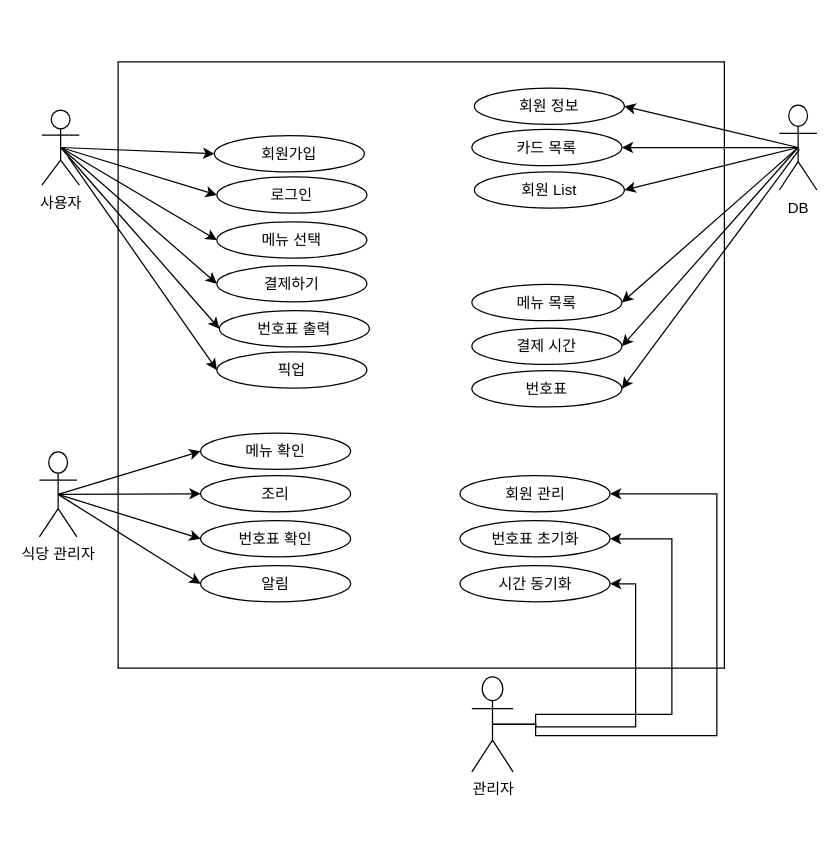
This is Student-cafeteria.drawio from four-idiots-team/student-cafteria-ticket-vending, a draw.io file, before an edit. Source tidied: cells renumbered, new cells numbered last; positions are measured from the earlier drawing's top-left corner, leaving out a move shared by most shapes. Both pictures are drawn from the tidied source at 125%, with x=0, y=0 at pixel (39, 61).
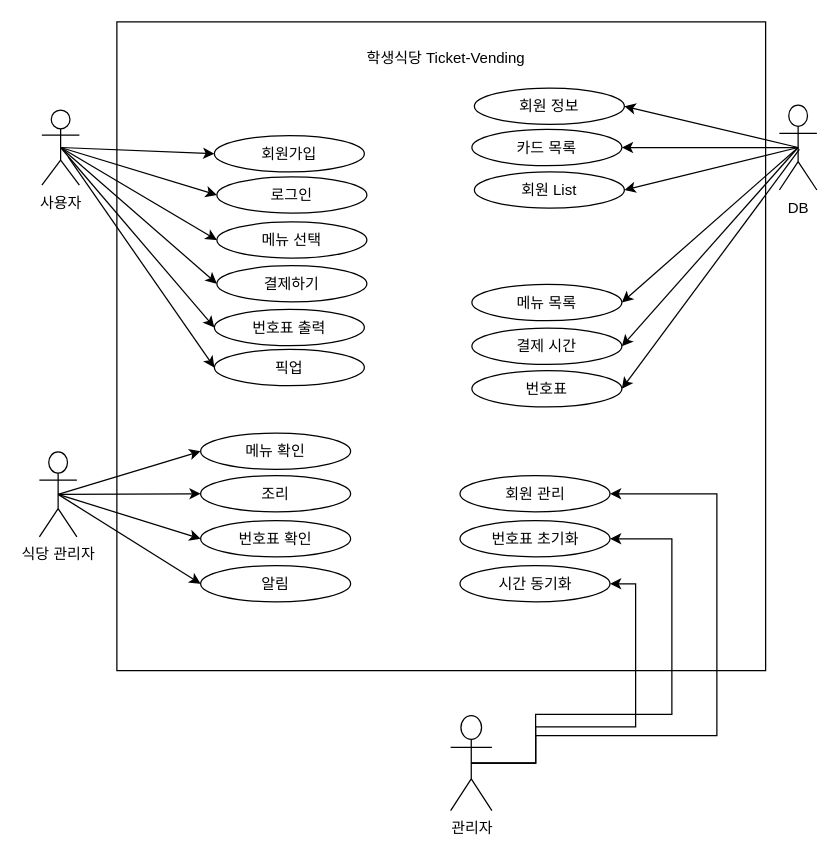
After the change.

Change to the diagram source:
```diff
@@
     <mxCell id="3" style="whiteSpace=wrap;html=1;" parent="1" vertex="1">
-      <mxGeometry x="63" width="485" height="485" as="geometry" />
+      <mxGeometry x="62" y="-32" width="519" height="519" as="geometry" />
     </mxCell>
@@
     <mxCell id="8" value="관리자" style="shape=umlActor;verticalLabelPosition=bottom;verticalAlign=top;html=1;outlineConnect=0;" parent="1" vertex="1">
-      <mxGeometry x="346" y="492" width="33" height="76" as="geometry" />
+      <mxGeometry x="329" y="523" width="33" height="76" as="geometry" />
     </mxCell>
@@
     <mxCell id="20" value="번호표 출력" style="ellipse;whiteSpace=wrap;html=1;" parent="1" vertex="1">
-      <mxGeometry x="144" y="199" width="120" height="29" as="geometry" />
+      <mxGeometry x="140" y="198" width="120" height="29" as="geometry" />
     </mxCell>
@@
     <mxCell id="22" value="픽업" style="ellipse;whiteSpace=wrap;html=1;" parent="1" vertex="1">
-      <mxGeometry x="142" y="232" width="120" height="29" as="geometry" />
+      <mxGeometry x="140" y="230" width="120" height="29" as="geometry" />
     </mxCell>
@@
+    <mxCell id="46" value="학생식당 Ticket-Vending" style="text;html=1;align=center;verticalAlign=middle;whiteSpace=wrap;rounded=0;" parent="1" vertex="1">
+      <mxGeometry x="257" y="-18" width="137" height="30" as="geometry" />
+    </mxCell>
```
